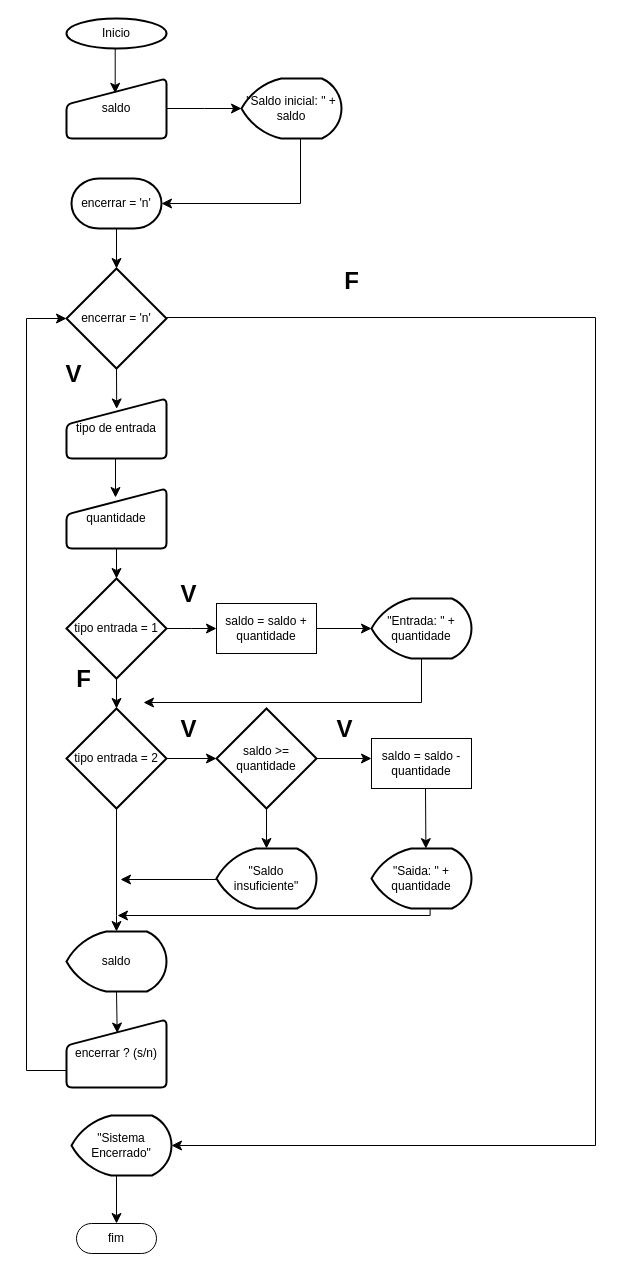
Before: Diagrama sem nome.drawio in Guilherme-S-R/NewUpdates, a draw.io diagram. Source tidied: cells renumbered, new cells numbered last; positions are measured from the earlier drawing's top-left corner, leaving out a move shared by most shapes. Both pictures are drawn from the tidied source at 100%, with x=0, y=0 at pixel (16, 18).
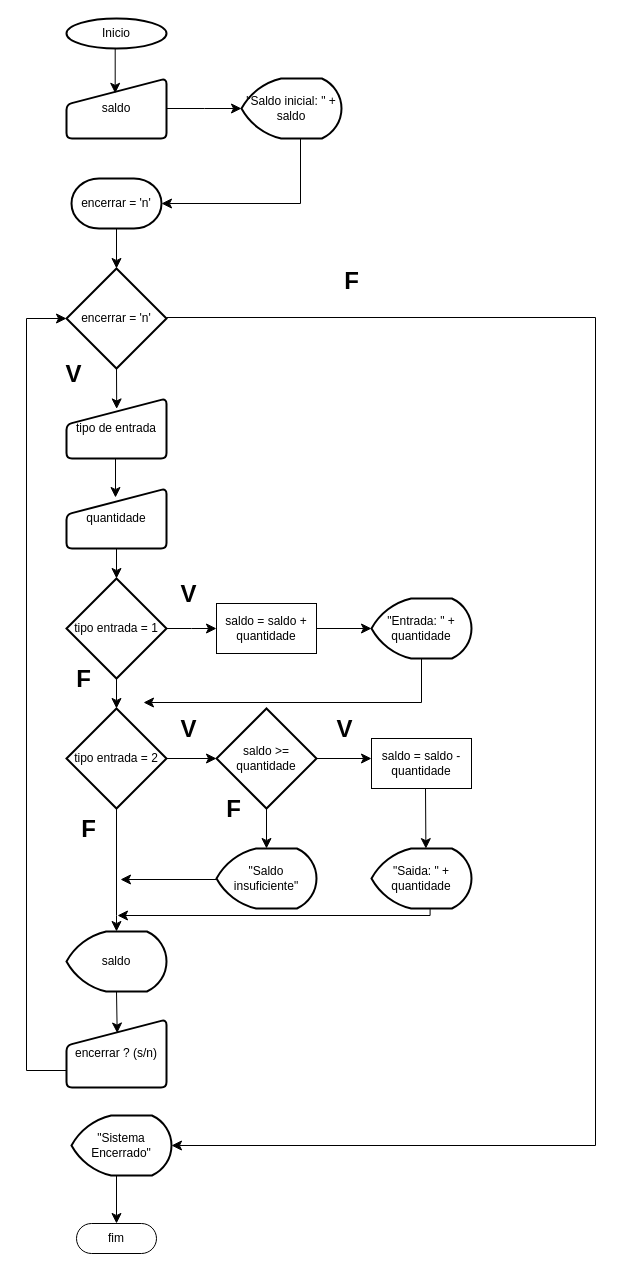
Above is the later version.

What changed in the source:
```diff
@@
+    <mxCell id="49" value="&lt;b&gt;&lt;font style=&quot;font-size: 24px;&quot;&gt;F&lt;/font&gt;&lt;/b&gt;" style="text;html=1;align=center;verticalAlign=middle;strokeColor=none;fillColor=none;" parent="1" vertex="1">
+      <mxGeometry x="200" y="770" width="33" height="41" as="geometry" />
+    </mxCell>
+    <mxCell id="50" value="&lt;b&gt;&lt;font style=&quot;font-size: 24px;&quot;&gt;F&lt;/font&gt;&lt;/b&gt;" style="text;html=1;align=center;verticalAlign=middle;strokeColor=none;fillColor=none;" parent="1" vertex="1">
+      <mxGeometry x="55" y="790" width="33" height="41" as="geometry" />
+    </mxCell>
```
